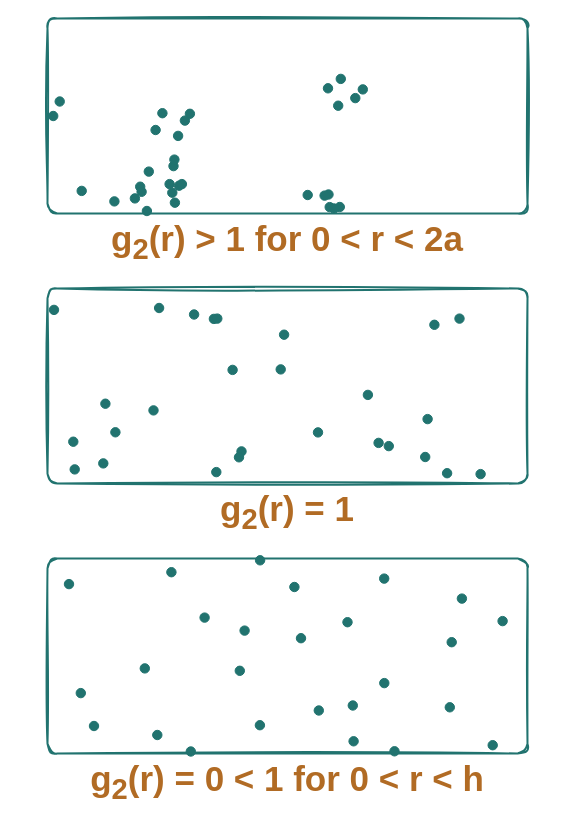
Earlier version of the draw.io diagram assets/point_process_patterns.drawio (MathisRost/agentic-ai-math). Source tidied: cells renumbered, new cells numbered last; positions are measured from the earlier drawing's top-left corner, leaving out a move shared by most shapes. Both pictures are drawn from the tidied source at 100%, with x=0, y=0 at pixel (17, 18).
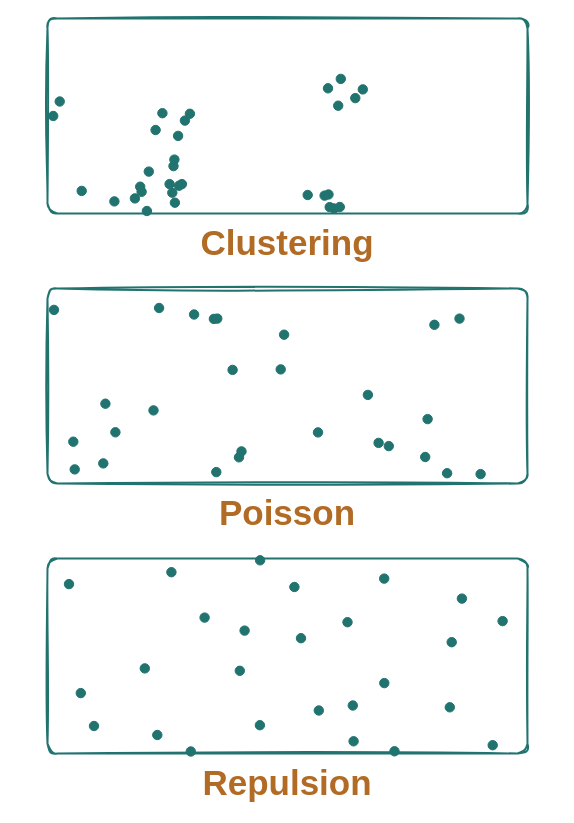
Above is the later version.

Diff of the diagram source:
```diff
@@
-    <mxCell id="35" value="g&lt;sub&gt;2&lt;/sub&gt;(r) &amp;gt; 1 for 0 &amp;lt; r &amp;lt; 2a" style="text;html=1;whiteSpace=wrap;align=center;verticalAlign=middle;fontFamily=Kalam;fontSize=35;fontColor=#B16B24;fontStyle=1;strokeColor=none;fillColor=none;spacing=0;" parent="1" vertex="1">
+    <mxCell id="35" value="Clustering" style="text;html=1;whiteSpace=wrap;align=center;verticalAlign=middle;fontFamily=Kalam;fontSize=35;fontColor=#B16B24;fontStyle=1;strokeColor=none;fillColor=none;spacing=0;" parent="1" vertex="1">
       <mxGeometry y="203" width="540" height="42" as="geometry" />
     </mxCell>
@@
-    <mxCell id="64" value="g&lt;sub&gt;2&lt;/sub&gt;(r) = 1" style="text;html=1;whiteSpace=wrap;align=center;verticalAlign=middle;fontFamily=Kalam;fontSize=35;fontColor=#B16B24;fontStyle=1;strokeColor=none;fillColor=none;spacing=0;" parent="1" vertex="1">
+    <mxCell id="64" value="Poisson" style="text;html=1;whiteSpace=wrap;align=center;verticalAlign=middle;fontFamily=Kalam;fontSize=35;fontColor=#B16B24;fontStyle=1;strokeColor=none;fillColor=none;spacing=0;" parent="1" vertex="1">
       <mxGeometry y="473" width="540" height="42" as="geometry" />
     </mxCell>
@@
-    <mxCell id="92" value="g&lt;sub&gt;2&lt;/sub&gt;(r) = 0 &amp;lt; 1 for 0 &amp;lt; r &amp;lt; h" style="text;html=1;whiteSpace=wrap;align=center;verticalAlign=middle;fontFamily=Kalam;fontSize=35;fontColor=#B16B24;fontStyle=1;strokeColor=none;fillColor=none;spacing=0;" parent="1" vertex="1">
+    <mxCell id="92" value="Repulsion" style="text;html=1;whiteSpace=wrap;align=center;verticalAlign=middle;fontFamily=Kalam;fontSize=35;fontColor=#B16B24;fontStyle=1;strokeColor=none;fillColor=none;spacing=0;" parent="1" vertex="1">
       <mxGeometry y="743" width="540" height="42" as="geometry" />
     </mxCell>
```
